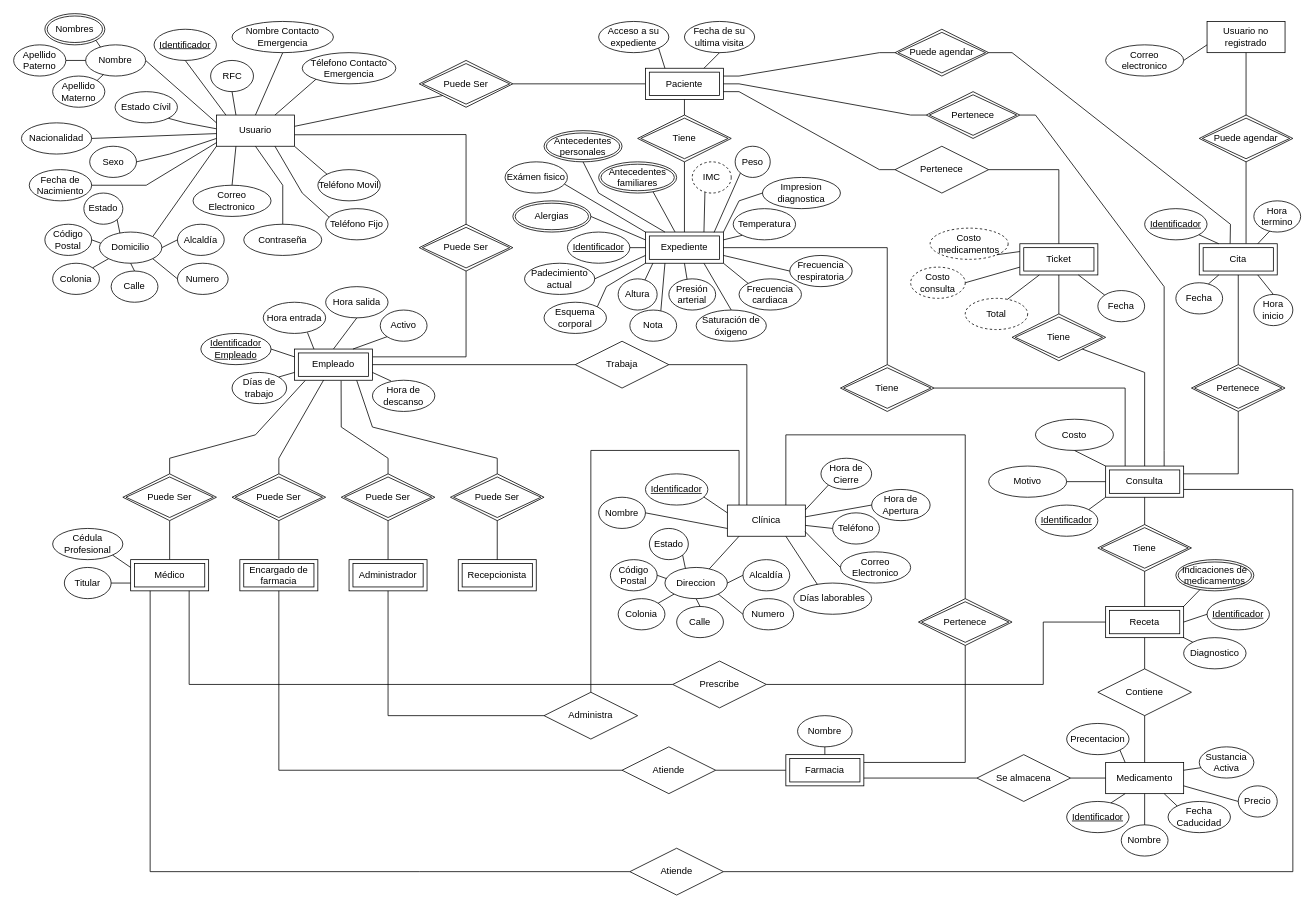
Above: Base de Datos/ER-Diagrama.drawio in EdgarRamirezFuentes/Sistema_CEDAE (draw.io), before the change. Source tidied: cells renumbered, new cells numbered last; positions are measured from the earlier drawing's top-left corner, leaving out a move shared by most shapes. Both pictures are drawn from the tidied source at 78%, with x=0, y=0 at pixel (13, 13).
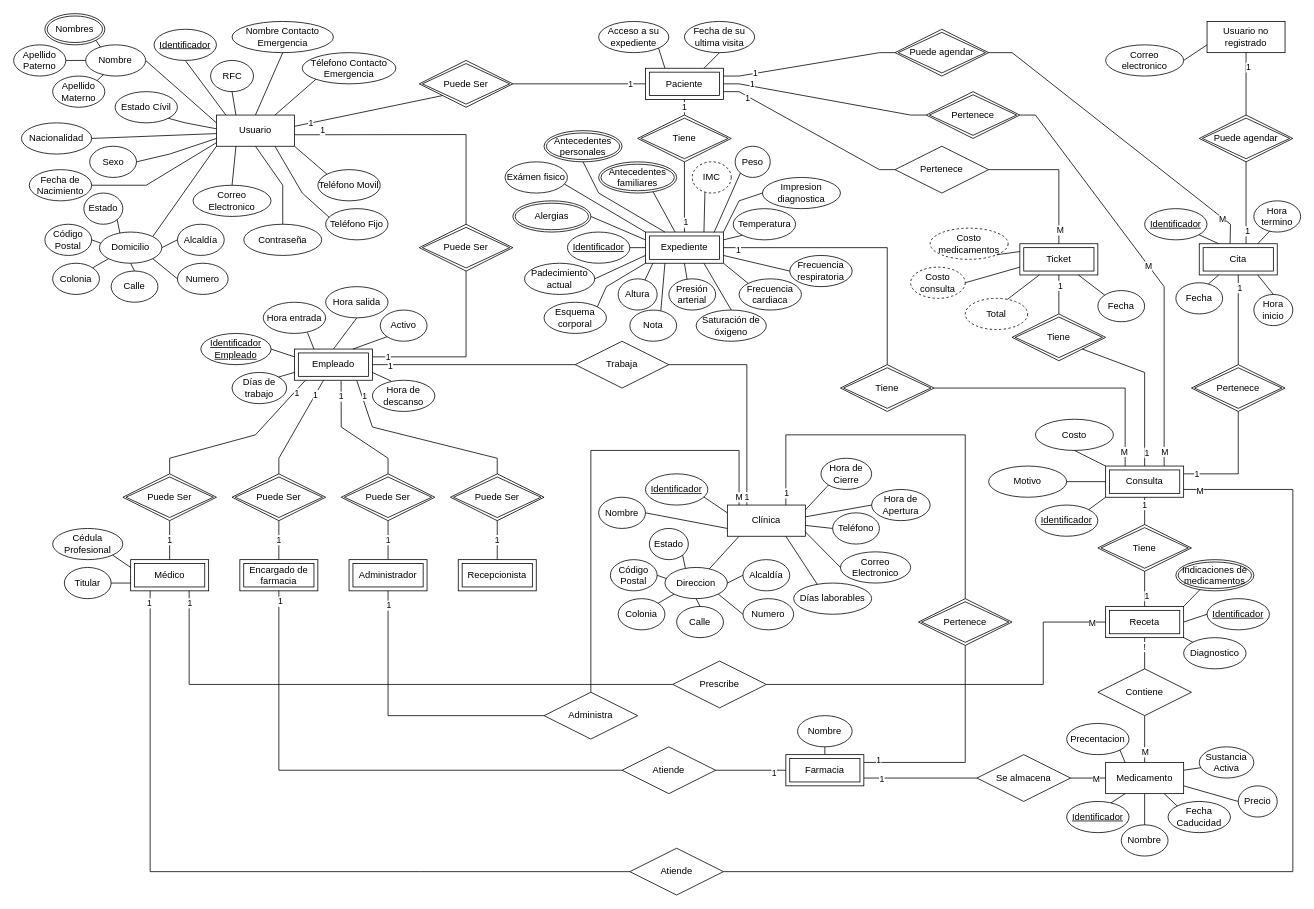
The same diagram, later.

Unchanged cells that the change refers to:
```xml
<mxCell id="3" style="endArrow=none;html=1;rounded=0;exitX=1.002;exitY=0.361;exitDx=0;exitDy=0;entryX=0;entryY=1;entryDx=0;entryDy=0;exitPerimeter=0;" parent="1" edge="1" source="20" target="2">
<mxCell id="4" style="endArrow=none;html=1;rounded=0;exitX=1;exitY=0.5;exitDx=0;exitDy=0;entryX=0;entryY=0.5;entryDx=0;entryDy=0;" parent="1" edge="1" source="2" target="68">
<mxCell id="5" value="Puede Ser" style="shape=rhombus;double=1;perimeter=rhombusPerimeter;whiteSpace=wrap;html=1;align=center;" parent="1" vertex="1">
<mxCell id="6" style="endArrow=none;html=1;rounded=0;exitX=1;exitY=0.632;exitDx=0;exitDy=0;entryX=0.5;entryY=0;entryDx=0;entryDy=0;exitPerimeter=0;" parent="1" edge="1" source="20" target="5">
<mxCell id="9" value="Empleado" style="shape=ext;margin=3;double=1;whiteSpace=wrap;html=1;align=center;" parent="1" vertex="1">
<mxCell id="68" value="Paciente" style="shape=ext;margin=3;double=1;whiteSpace=wrap;html=1;align=center;" parent="1" vertex="1">
<mxCell id="74" value="Puede Ser" style="shape=rhombus;double=1;perimeter=rhombusPerimeter;whiteSpace=wrap;html=1;align=center;" parent="1" vertex="1">
<mxCell id="75" value="Médico" style="shape=ext;margin=3;double=1;whiteSpace=wrap;html=1;align=center;" parent="1" vertex="1">
<mxCell id="76" style="endArrow=none;html=1;rounded=0;exitX=0.5;exitY=0;exitDx=0;exitDy=0;entryX=0.138;entryY=1.009;entryDx=0;entryDy=0;entryPerimeter=0;" parent="1" edge="1" source="74" target="9">
<mxCell id="78" value="Puede Ser" style="shape=rhombus;double=1;perimeter=rhombusPerimeter;whiteSpace=wrap;html=1;align=center;" parent="1" vertex="1">
<mxCell id="79" value="Administrador" style="shape=ext;margin=3;double=1;whiteSpace=wrap;html=1;align=center;" parent="1" vertex="1">
<mxCell id="80" value="Puede Ser" style="shape=rhombus;double=1;perimeter=rhombusPerimeter;whiteSpace=wrap;html=1;align=center;" parent="1" vertex="1">
<mxCell id="82" value="Encargado de farmacia" style="shape=ext;margin=3;double=1;whiteSpace=wrap;html=1;align=center;" parent="1" vertex="1">
<mxCell id="83" style="endArrow=none;html=1;rounded=0;exitX=0.374;exitY=0.994;exitDx=0;exitDy=0;entryX=0.5;entryY=0;entryDx=0;entryDy=0;exitPerimeter=0;" parent="1" edge="1" source="9" target="78">
<mxCell id="85" value="Puede Ser" style="shape=rhombus;double=1;perimeter=rhombusPerimeter;whiteSpace=wrap;html=1;align=center;" parent="1" vertex="1">
<mxCell id="86" value="Recepcionista" style="shape=ext;margin=3;double=1;whiteSpace=wrap;html=1;align=center;" parent="1" vertex="1">
<mxCell id="120" style="endArrow=none;html=1;rounded=0;exitX=1;exitY=0.5;exitDx=0;exitDy=0;entryX=0;entryY=0.5;entryDx=0;entryDy=0;" parent="1" edge="1" source="9" target="119">
<mxCell id="121" style="endArrow=none;html=1;rounded=0;exitX=1;exitY=0.5;exitDx=0;exitDy=0;entryX=0.25;entryY=0;entryDx=0;entryDy=0;" parent="1" edge="1" source="119" target="90">
<mxCell id="123" style="endArrow=none;html=1;rounded=0;exitX=0.5;exitY=1;exitDx=0;exitDy=0;entryX=0;entryY=0.5;entryDx=0;entryDy=0;" parent="1" edge="1" source="79" target="122">
<mxCell id="124" style="endArrow=none;html=1;rounded=0;exitX=0.5;exitY=0;exitDx=0;exitDy=0;" parent="1" edge="1" source="122">
<mxCell id="128" style="endArrow=none;html=1;rounded=0;entryX=0;entryY=0.5;entryDx=0;entryDy=0;exitX=1;exitY=0.5;exitDx=0;exitDy=0;" parent="1" edge="1" source="127">
<mxCell id="129" style="endArrow=none;html=1;rounded=0;entryX=0;entryY=0.5;entryDx=0;entryDy=0;exitX=0.5;exitY=1;exitDx=0;exitDy=0;" parent="1" edge="1" source="82" target="127">
<mxCell id="132" style="endArrow=none;html=1;rounded=0;exitX=1;exitY=0.25;exitDx=0;exitDy=0;entryX=0.5;entryY=1;entryDx=0;entryDy=0;" parent="1" edge="1" source="131" target="130">
<mxCell id="133" style="endArrow=none;html=1;rounded=0;exitX=0.5;exitY=0;exitDx=0;exitDy=0;entryX=0.75;entryY=0;entryDx=0;entryDy=0;" parent="1" edge="1" source="130" target="90">
<mxCell id="136" style="endArrow=none;html=1;rounded=0;exitX=1;exitY=0.75;exitDx=0;exitDy=0;entryX=0;entryY=0.5;entryDx=0;entryDy=0;" parent="1" edge="1" source="131" target="135">
<mxCell id="137" style="endArrow=none;html=1;rounded=0;exitX=1;exitY=0.5;exitDx=0;exitDy=0;entryX=0;entryY=0.5;entryDx=0;entryDy=0;" parent="1" edge="1" source="135" target="134">
<mxCell id="156" style="endArrow=none;html=1;rounded=0;entryX=0;entryY=0.5;entryDx=0;entryDy=0;exitX=0.75;exitY=1;exitDx=0;exitDy=0;" parent="1" edge="1" source="75" target="155">
<mxCell id="157" style="endArrow=none;html=1;rounded=0;exitX=1;exitY=0.5;exitDx=0;exitDy=0;entryX=0;entryY=0.5;entryDx=0;entryDy=0;" parent="1" edge="1" source="155" target="154">
<mxCell id="159" style="endArrow=none;html=1;rounded=0;exitX=0.5;exitY=1;exitDx=0;exitDy=0;entryX=0.5;entryY=0;entryDx=0;entryDy=0;" parent="1" edge="1" source="158" target="134">
<mxCell id="160" style="endArrow=none;html=1;rounded=0;exitX=0.5;exitY=1;exitDx=0;exitDy=0;entryX=0.5;entryY=0;entryDx=0;entryDy=0;" parent="1" edge="1" source="154" target="158">
<mxCell id="168" value="Tiene" style="shape=rhombus;double=1;perimeter=rhombusPerimeter;whiteSpace=wrap;html=1;align=center;" parent="1" vertex="1">
<mxCell id="169" style="endArrow=none;html=1;rounded=0;exitX=0.5;exitY=0;exitDx=0;exitDy=0;entryX=0.5;entryY=1;entryDx=0;entryDy=0;" parent="1" edge="1" source="167" target="168">
<mxCell id="199" style="endArrow=none;html=1;rounded=0;exitX=1;exitY=0.5;exitDx=0;exitDy=0;entryX=0.5;entryY=0;entryDx=0;entryDy=0;" parent="1" edge="1" source="167" target="210">
<mxCell id="206" value="Consulta" style="shape=ext;margin=3;double=1;whiteSpace=wrap;html=1;align=center;" parent="1" vertex="1">
<mxCell id="208" style="endArrow=none;html=1;rounded=0;exitX=0.5;exitY=1;exitDx=0;exitDy=0;entryX=0.5;entryY=0;entryDx=0;entryDy=0;" parent="1" edge="1" source="206" target="207">
<mxCell id="209" style="endArrow=none;html=1;rounded=0;exitX=0.5;exitY=1;exitDx=0;exitDy=0;entryX=0.5;entryY=0;entryDx=0;entryDy=0;" parent="1" edge="1" source="207" target="154">
<mxCell id="211" style="endArrow=none;html=1;rounded=0;exitX=1;exitY=0.5;exitDx=0;exitDy=0;entryX=0.25;entryY=0;entryDx=0;entryDy=0;" parent="1" edge="1" source="210" target="206">
<mxCell id="218" style="endArrow=none;html=1;rounded=0;exitX=0.25;exitY=1;exitDx=0;exitDy=0;entryX=0;entryY=0.5;entryDx=0;entryDy=0;" parent="1" edge="1" source="75" target="219">
<mxCell id="220" style="endArrow=none;html=1;rounded=0;exitX=1;exitY=0.5;exitDx=0;exitDy=0;entryX=1;entryY=0.75;entryDx=0;entryDy=0;" parent="1" edge="1" source="219" target="206">
<mxCell id="223" style="endArrow=none;html=1;rounded=0;entryX=0.5;entryY=0;entryDx=0;entryDy=0;exitX=1;exitY=1;exitDx=0;exitDy=0;" parent="1" edge="1" source="222" target="206">
<mxCell id="224" style="endArrow=none;html=1;rounded=0;exitX=0.5;exitY=1;exitDx=0;exitDy=0;entryX=0.5;entryY=0;entryDx=0;entryDy=0;" parent="1" edge="1" source="221" target="222">
<mxCell id="234" style="endArrow=none;html=1;rounded=0;exitX=1;exitY=0.5;exitDx=0;exitDy=0;entryX=0.5;entryY=0;entryDx=0;entryDy=0;" parent="1" edge="1" source="233" target="221">
<mxCell id="235" style="endArrow=none;html=1;rounded=0;exitX=1;exitY=0.75;exitDx=0;exitDy=0;entryX=0;entryY=0.5;entryDx=0;entryDy=0;" parent="1" edge="1" source="68" target="233">
<mxCell id="237" value="Pertenece" style="shape=rhombus;double=1;perimeter=rhombusPerimeter;whiteSpace=wrap;html=1;align=center;" parent="1" vertex="1">
<mxCell id="238" style="endArrow=none;html=1;rounded=0;exitX=1;exitY=0.5;exitDx=0;exitDy=0;entryX=0;entryY=0.5;entryDx=0;entryDy=0;" parent="1" edge="1" source="68" target="237">
<mxCell id="241" style="endArrow=none;html=1;rounded=0;exitX=0.5;exitY=1;exitDx=0;exitDy=0;entryX=0.5;entryY=0;entryDx=0;entryDy=0;" parent="1" edge="1" source="239" target="240">
<mxCell id="242" style="endArrow=none;html=1;rounded=0;exitX=1;exitY=0.25;exitDx=0;exitDy=0;entryX=0.5;entryY=1;entryDx=0;entryDy=0;" parent="1" edge="1" source="206" target="240">
<mxCell id="252" style="endArrow=none;html=1;rounded=0;exitX=1;exitY=0.25;exitDx=0;exitDy=0;entryX=0;entryY=0.5;entryDx=0;entryDy=0;" parent="1" edge="1" source="68" target="251">
<mxCell id="253" style="endArrow=none;html=1;rounded=0;exitX=1;exitY=0.5;exitDx=0;exitDy=0;entryX=0.396;entryY=-0.005;entryDx=0;entryDy=0;entryPerimeter=0;" parent="1" edge="1" source="251" target="239">
<mxCell id="256" style="endArrow=none;html=1;rounded=0;exitX=0.6;exitY=-0.009;exitDx=0;exitDy=0;exitPerimeter=0;entryX=0.5;entryY=1;entryDx=0;entryDy=0;" parent="1" edge="1" source="239" target="255">
<mxCell id="257" style="endArrow=none;html=1;rounded=0;exitX=0.5;exitY=0;exitDx=0;exitDy=0;entryX=0.5;entryY=1;entryDx=0;entryDy=0;" parent="1" edge="1" source="255" target="254">
```

Diff of the diagram source:
```diff
@@
+    <mxCell id="260" value="1" style="edgeLabel;html=1;align=center;verticalAlign=middle;" parent="3" vertex="1">
+      <mxGeometry x="-0.41" relative="1" as="geometry">
+        <mxPoint x="-35.7" y="7.1" as="offset" />
+      </mxGeometry>
+    </mxCell>
@@
+    <mxCell id="261" value="1" style="edgeLabel;html=1;align=center;verticalAlign=middle;" parent="4" vertex="1">
+      <mxGeometry x="0.18" y="-4" relative="1" as="geometry">
+        <mxPoint x="50" y="-4" as="offset" />
+      </mxGeometry>
+    </mxCell>
@@
+    <mxCell id="262" value="1" style="edgeLabel;html=1;align=center;verticalAlign=middle;" parent="6" vertex="1">
+      <mxGeometry x="-0.41" y="-1" relative="1" as="geometry">
+        <mxPoint x="-63.3" y="-6.2" as="offset" />
+      </mxGeometry>
+    </mxCell>
-    <mxCell id="7" style="endArrow=none;html=1;rounded=0;exitX=0.5;exitY=1;exitDx=0;exitDy=0;entryX=1;entryY=0.25;entryDx=0;entryDy=0;" parent="1" edge="1" source="5" target="9">
-      <mxGeometry relative="1" as="geometry">
+    <mxCell id="7" value="1" style="endArrow=none;html=1;rounded=0;exitX=0.5;exitY=1;exitDx=0;exitDy=0;entryX=1;entryY=0.25;entryDx=0;entryDy=0;" parent="1" edge="1" source="5" target="9">
+      <mxGeometry x="0.83" relative="1" as="geometry">
         <Array as="points">
           <mxPoint x="580" y="440" />
         </Array>
       </mxGeometry>
     </mxCell>
@@
-    <mxCell id="73" style="edgeStyle=orthogonalEdgeStyle;rounded=0;jettySize=auto;html=1;exitX=0.5;exitY=1;exitDx=0;exitDy=0;entryX=0.5;entryY=0;entryDx=0;entryDy=0;endArrow=none;endFill=0;" parent="1" edge="1" source="74" target="75">
+    <mxCell id="73" value="1" style="edgeStyle=orthogonalEdgeStyle;rounded=0;jettySize=auto;html=1;exitX=0.5;exitY=1;exitDx=0;exitDy=0;entryX=0.5;entryY=0;entryDx=0;entryDy=0;endArrow=none;endFill=0;" parent="1" edge="1" source="74" target="75">
       <mxGeometry relative="1" as="geometry" />
     </mxCell>
@@
+    <mxCell id="263" value="1" style="edgeLabel;html=1;align=center;verticalAlign=middle;" parent="76" vertex="1">
+      <mxGeometry x="0.83" y="-2" relative="1" as="geometry" />
+    </mxCell>
-    <mxCell id="77" style="edgeStyle=orthogonalEdgeStyle;rounded=0;jettySize=auto;html=1;exitX=0.5;exitY=1;exitDx=0;exitDy=0;entryX=0.5;entryY=0;entryDx=0;entryDy=0;endArrow=none;endFill=0;" parent="1" edge="1" source="80" target="79">
+    <mxCell id="77" value="1" style="edgeStyle=orthogonalEdgeStyle;rounded=0;jettySize=auto;html=1;exitX=0.5;exitY=1;exitDx=0;exitDy=0;entryX=0.5;entryY=0;entryDx=0;entryDy=0;endArrow=none;endFill=0;" parent="1" edge="1" source="80" target="79">
       <mxGeometry relative="1" as="geometry" />
     </mxCell>
@@
-    <mxCell id="81" style="edgeStyle=orthogonalEdgeStyle;rounded=0;jettySize=auto;html=1;exitX=0.5;exitY=0;exitDx=0;exitDy=0;entryX=0.5;entryY=1;entryDx=0;entryDy=0;endArrow=none;endFill=0;" parent="1" edge="1" source="82" target="78">
+    <mxCell id="81" value="1" style="edgeStyle=orthogonalEdgeStyle;rounded=0;jettySize=auto;html=1;exitX=0.5;exitY=0;exitDx=0;exitDy=0;entryX=0.5;entryY=1;entryDx=0;entryDy=0;endArrow=none;endFill=0;" parent="1" edge="1" source="82" target="78">
       <mxGeometry relative="1" as="geometry" />
     </mxCell>
@@
+    <mxCell id="264" value="1" style="edgeLabel;html=1;align=center;verticalAlign=middle;" parent="83" vertex="1">
+      <mxGeometry x="-0.68" relative="1" as="geometry" />
+    </mxCell>
-    <mxCell id="84" style="endArrow=none;html=1;rounded=0;exitX=0.598;exitY=1.015;exitDx=0;exitDy=0;entryX=0.5;entryY=0;entryDx=0;entryDy=0;exitPerimeter=0;" parent="1" edge="1" source="9" target="80">
-      <mxGeometry relative="1" as="geometry">
+    <mxCell id="84" value="1" style="endArrow=none;html=1;rounded=0;exitX=0.598;exitY=1.015;exitDx=0;exitDy=0;entryX=0.5;entryY=0;entryDx=0;entryDy=0;exitPerimeter=0;" parent="1" edge="1" source="9" target="80">
+      <mxGeometry x="-0.74" relative="1" as="geometry">
         <Array as="points">
           <mxPoint x="420" y="530" />
           <mxPoint x="480" y="570" />
         </Array>
       </mxGeometry>
     </mxCell>
@@
-    <mxCell id="87" style="endArrow=none;html=1;rounded=0;exitX=0.5;exitY=1;exitDx=0;exitDy=0;entryX=0.5;entryY=0;entryDx=0;entryDy=0;" parent="1" edge="1" source="85" target="86">
+    <mxCell id="87" value="1" style="endArrow=none;html=1;rounded=0;exitX=0.5;exitY=1;exitDx=0;exitDy=0;entryX=0.5;entryY=0;entryDx=0;entryDy=0;" parent="1" edge="1" source="85" target="86">
       <mxGeometry relative="1" as="geometry" />
     </mxCell>
-    <mxCell id="88" style="endArrow=none;html=1;rounded=0;exitX=0.798;exitY=1.004;exitDx=0;exitDy=0;exitPerimeter=0;entryX=0.5;entryY=0;entryDx=0;entryDy=0;" parent="1" edge="1" source="9" target="85">
-      <mxGeometry relative="1" as="geometry">
+    <mxCell id="88" value="1" style="endArrow=none;html=1;rounded=0;exitX=0.798;exitY=1.004;exitDx=0;exitDy=0;exitPerimeter=0;entryX=0.5;entryY=0;entryDx=0;entryDy=0;" parent="1" edge="1" source="9" target="85">
+      <mxGeometry x="-0.82" y="3" relative="1" as="geometry">
         <Array as="points">
           <mxPoint x="460" y="530" />
           <mxPoint x="620" y="570" />
         </Array>
       </mxGeometry>
     </mxCell>
@@
+    <mxCell id="265" value="1" style="edgeLabel;html=1;align=center;verticalAlign=middle;" parent="120" vertex="1">
+      <mxGeometry x="-0.83" y="-1" relative="1" as="geometry" />
+    </mxCell>
@@
+    <mxCell id="266" value="1" style="edgeLabel;html=1;align=center;verticalAlign=middle;" parent="121" vertex="1">
+      <mxGeometry x="0.92" y="-1" relative="1" as="geometry" />
+    </mxCell>
@@
+    <mxCell id="267" value="1" style="edgeLabel;html=1;align=center;verticalAlign=middle;" parent="123" vertex="1">
+      <mxGeometry x="-0.9" relative="1" as="geometry" />
+    </mxCell>
@@
+    <mxCell id="268" value="M" style="edgeLabel;html=1;align=center;verticalAlign=middle;" parent="124" vertex="1">
+      <mxGeometry x="0.96" y="-1" relative="1" as="geometry" />
+    </mxCell>
@@
+    <mxCell id="269" value="1" style="edgeLabel;html=1;align=center;verticalAlign=middle;" parent="128" vertex="1">
+      <mxGeometry x="0.64" y="-3" relative="1" as="geometry" />
+    </mxCell>
@@
+    <mxCell id="270" value="1" style="edgeLabel;html=1;align=center;verticalAlign=middle;" parent="129" vertex="1">
+      <mxGeometry x="-0.96" y="1" relative="1" as="geometry" />
+    </mxCell>
@@
+    <mxCell id="271" value="1" style="edgeLabel;html=1;align=center;verticalAlign=middle;" parent="132" vertex="1">
+      <mxGeometry x="-0.87" y="4" relative="1" as="geometry" />
+    </mxCell>
@@
+    <mxCell id="272" value="1" style="edgeLabel;html=1;align=center;verticalAlign=middle;" parent="133" vertex="1">
+      <mxGeometry x="0.94" relative="1" as="geometry" />
+    </mxCell>
@@
+    <mxCell id="273" value="1" style="edgeLabel;html=1;align=center;verticalAlign=middle;" parent="136" vertex="1">
+      <mxGeometry x="-0.7" relative="1" as="geometry" />
+    </mxCell>
@@
+    <mxCell id="274" value="M" style="edgeLabel;html=1;align=center;verticalAlign=middle;" parent="137" vertex="1">
+      <mxGeometry x="0.43" relative="1" as="geometry" />
+    </mxCell>
@@
+    <mxCell id="275" value="1" style="edgeLabel;html=1;align=center;verticalAlign=middle;" parent="156" vertex="1">
+      <mxGeometry x="-0.96" relative="1" as="geometry" />
+    </mxCell>
@@
+    <mxCell id="276" value="M" style="edgeLabel;html=1;align=center;verticalAlign=middle;" parent="157" vertex="1">
+      <mxGeometry x="0.93" y="-1" relative="1" as="geometry" />
+    </mxCell>
@@
+    <mxCell id="277" value="M" style="edgeLabel;html=1;align=center;verticalAlign=middle;" parent="159" vertex="1">
+      <mxGeometry x="0.54" relative="1" as="geometry" />
+    </mxCell>
@@
+    <mxCell id="278" value="!" style="edgeLabel;html=1;align=center;verticalAlign=middle;" parent="160" vertex="1">
+      <mxGeometry x="-0.47" y="-1" relative="1" as="geometry" />
+    </mxCell>
@@
+    <mxCell id="279" value="1" style="edgeLabel;html=1;align=center;verticalAlign=middle;" parent="169" vertex="1">
+      <mxGeometry x="-0.71" y="-1" relative="1" as="geometry" />
+    </mxCell>
-    <mxCell id="170" style="endArrow=none;html=1;rounded=0;exitX=0.5;exitY=1;exitDx=0;exitDy=0;entryX=0.5;entryY=0;entryDx=0;entryDy=0;" parent="1" edge="1" source="68" target="168">
+    <mxCell id="170" value="1" style="endArrow=none;html=1;rounded=0;exitX=0.5;exitY=1;exitDx=0;exitDy=0;entryX=0.5;entryY=0;entryDx=0;entryDy=0;" parent="1" edge="1" source="68" target="168">
       <mxGeometry relative="1" as="geometry" />
     </mxCell>
@@
+    <mxCell id="280" value="1" style="edgeLabel;html=1;align=center;verticalAlign=middle;" parent="199" vertex="1">
+      <mxGeometry x="-0.9" y="-2" relative="1" as="geometry" />
+    </mxCell>
@@
+    <mxCell id="281" value="1" style="edgeLabel;html=1;align=center;verticalAlign=middle;" parent="208" vertex="1">
+      <mxGeometry x="-0.5" y="-1" relative="1" as="geometry" />
+    </mxCell>
@@
+    <mxCell id="282" value="1" style="edgeLabel;html=1;align=center;verticalAlign=middle;" parent="209" vertex="1">
+      <mxGeometry x="0.36" y="2" relative="1" as="geometry" />
+    </mxCell>
@@
+    <mxCell id="283" value="M" style="edgeLabel;html=1;align=center;verticalAlign=middle;" parent="211" vertex="1">
+      <mxGeometry x="0.89" y="-2" relative="1" as="geometry" />
+    </mxCell>
@@
+    <mxCell id="284" value="1" style="edgeLabel;html=1;align=center;verticalAlign=middle;" parent="218" vertex="1">
+      <mxGeometry x="-0.97" y="-2" relative="1" as="geometry" />
+    </mxCell>
@@
+    <mxCell id="285" value="M" style="edgeLabel;html=1;align=center;verticalAlign=middle;" parent="220" vertex="1">
+      <mxGeometry x="0.97" y="1" relative="1" as="geometry" />
+    </mxCell>
@@
+    <mxCell id="286" value="1" style="edgeLabel;html=1;align=center;verticalAlign=middle;" parent="223" vertex="1">
+      <mxGeometry x="0.83" y="2" relative="1" as="geometry" />
+    </mxCell>
@@
+    <mxCell id="287" value="1" style="edgeLabel;html=1;align=center;verticalAlign=middle;" parent="224" vertex="1">
+      <mxGeometry x="-0.48" y="1" relative="1" as="geometry" />
+    </mxCell>
@@
+    <mxCell id="288" value="M" style="edgeLabel;html=1;align=center;verticalAlign=middle;" parent="234" vertex="1">
+      <mxGeometry x="0.81" y="1" relative="1" as="geometry" />
+    </mxCell>
@@
+    <mxCell id="289" value="1" style="edgeLabel;html=1;align=center;verticalAlign=middle;" parent="235" vertex="1">
+      <mxGeometry x="-0.73" y="-2" relative="1" as="geometry" />
+    </mxCell>
-    <mxCell id="236" style="endArrow=none;html=1;rounded=0;exitX=0.75;exitY=0;exitDx=0;exitDy=0;entryX=1;entryY=0.5;entryDx=0;entryDy=0;" parent="1" edge="1" source="206" target="237">
+    <mxCell id="236" value="M" style="endArrow=none;html=1;rounded=0;exitX=0.75;exitY=0;exitDx=0;exitDy=0;entryX=1;entryY=0.5;entryDx=0;entryDy=0;" parent="1" edge="1" source="206" target="237">
       <mxGeometry relative="1" as="geometry">
         <Array as="points">
+          <mxPoint x="1475" y="570" />
           <mxPoint x="1475" y="560" />
           <mxPoint x="1475" y="430" />
           <mxPoint x="1475" y="350" />
           <mxPoint x="1310" y="130" />
         </Array>
       </mxGeometry>
     </mxCell>
+    <mxCell id="290" value="M" style="edgeLabel;html=1;align=center;verticalAlign=middle;" parent="236" vertex="1">
+      <mxGeometry x="-0.9" relative="1" as="geometry">
+        <mxPoint y="7.6" as="offset" />
+      </mxGeometry>
+    </mxCell>
@@
+    <mxCell id="291" value="1" style="edgeLabel;html=1;align=center;verticalAlign=middle;" parent="238" vertex="1">
+      <mxGeometry x="-0.73" y="2" relative="1" as="geometry" />
+    </mxCell>
@@
+    <mxCell id="292" value="1" style="edgeLabel;html=1;align=center;verticalAlign=middle;" parent="241" vertex="1">
+      <mxGeometry x="-0.73" y="1" relative="1" as="geometry" />
+    </mxCell>
@@
+    <mxCell id="293" value="1" style="edgeLabel;html=1;align=center;verticalAlign=middle;" parent="242" vertex="1">
+      <mxGeometry x="-0.8" relative="1" as="geometry">
+        <mxPoint x="1" as="offset" />
+      </mxGeometry>
+    </mxCell>
@@
+    <mxCell id="294" value="1" style="edgeLabel;html=1;align=center;verticalAlign=middle;" parent="252" vertex="1">
+      <mxGeometry x="-0.63" relative="1" as="geometry" />
+    </mxCell>
@@
+    <mxCell id="295" value="M" style="edgeLabel;html=1;align=center;verticalAlign=middle;" parent="253" vertex="1">
+      <mxGeometry x="0.81" y="-1" relative="1" as="geometry">
+        <mxPoint x="1" as="offset" />
+      </mxGeometry>
+    </mxCell>
@@
+    <mxCell id="296" value="1" style="edgeLabel;html=1;align=center;verticalAlign=middle;" parent="256" vertex="1">
+      <mxGeometry x="-0.69" y="-1" relative="1" as="geometry" />
+    </mxCell>
@@
+    <mxCell id="297" value="1" style="edgeLabel;html=1;align=center;verticalAlign=middle;" parent="257" vertex="1">
+      <mxGeometry x="0.55" y="-2" relative="1" as="geometry" />
+    </mxCell>
```
